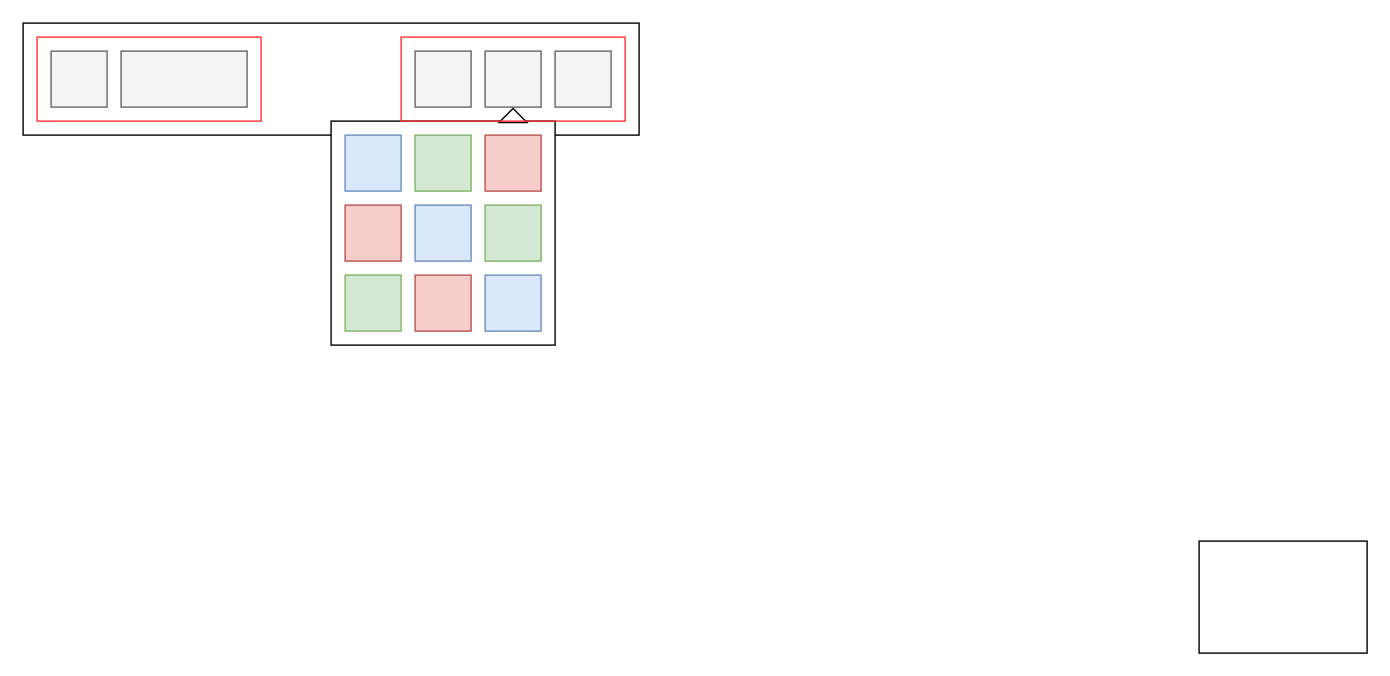
codentide/PopoverMenu keeps this draw.io diagram as popover.drawio. Above is the earlier version. Source tidied: cells renumbered, new cells numbered last; positions are measured from the earlier drawing's top-left corner, leaving out a move shared by most shapes. Both pictures are drawn from the tidied source at 140%, with x=0, y=0 at pixel (22, 22).
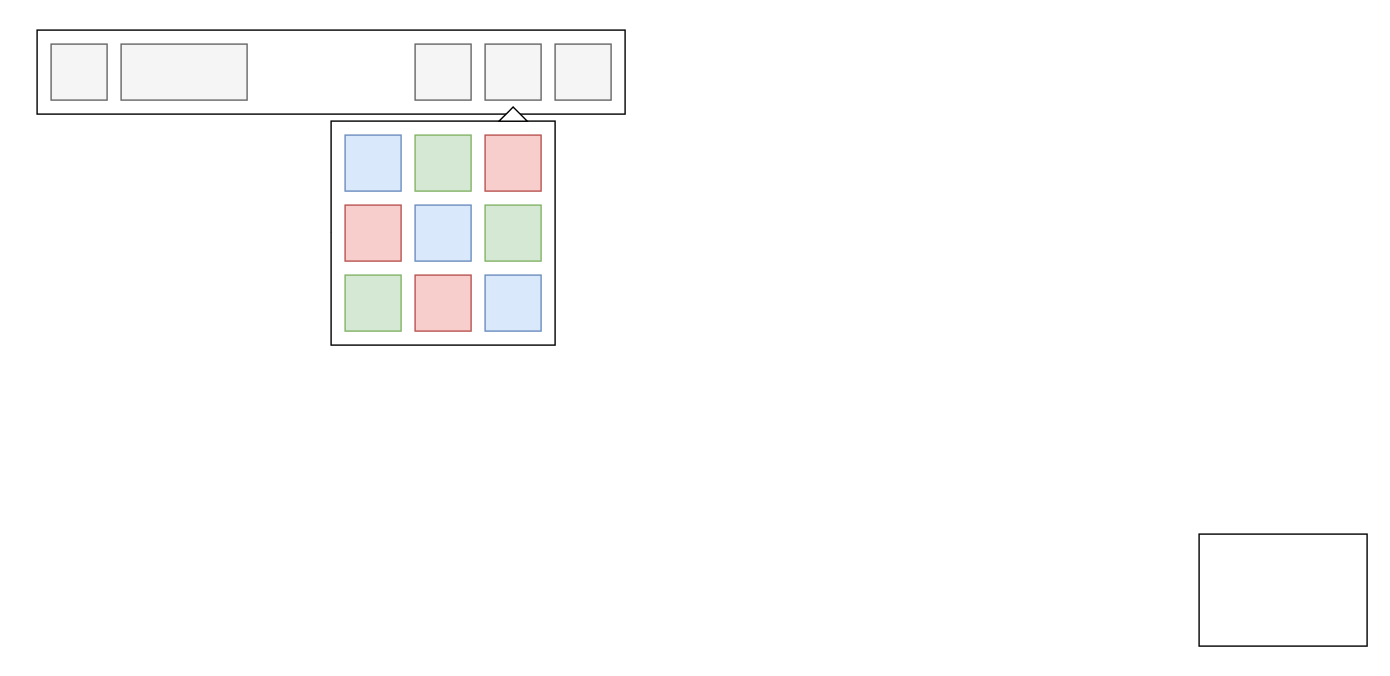
Above is the later version.

The change refers to these unchanged cells:
```xml
<mxCell id="10" style="rounded=0;whiteSpace=wrap;html=1;" parent="1" vertex="1">
  <mxGeometry x="220" y="70" width="160" height="160" as="geometry" />
</mxCell>
```

Change to the diagram source:
```diff
@@
     <mxCell id="2" style="rounded=0;whiteSpace=wrap;html=1;" parent="1" vertex="1">
-      <mxGeometry width="440" height="80" as="geometry" />
+      <mxGeometry x="10" y="5" width="420" height="60" as="geometry" />
     </mxCell>
     <mxCell id="3" style="rounded=0;whiteSpace=wrap;html=1;fillColor=#f5f5f5;fontColor=#333333;strokeColor=#666666;" parent="1" vertex="1">
-      <mxGeometry x="380" y="20" width="40" height="40" as="geometry" />
+      <mxGeometry x="380" y="15" width="40" height="40" as="geometry" />
     </mxCell>
     <mxCell id="4" style="rounded=0;whiteSpace=wrap;html=1;fillColor=#f5f5f5;fontColor=#333333;strokeColor=#666666;" parent="1" vertex="1">
-      <mxGeometry x="280" y="20" width="40" height="40" as="geometry" />
+      <mxGeometry x="280" y="15" width="40" height="40" as="geometry" />
     </mxCell>
     <mxCell id="5" style="rounded=0;whiteSpace=wrap;html=1;fillColor=#f5f5f5;fontColor=#333333;strokeColor=#666666;" parent="1" vertex="1">
-      <mxGeometry x="20" y="20" width="40" height="40" as="geometry" />
+      <mxGeometry x="20" y="15" width="40" height="40" as="geometry" />
     </mxCell>
     <mxCell id="6" style="rounded=0;whiteSpace=wrap;html=1;fillColor=#f5f5f5;fontColor=#333333;strokeColor=#666666;" parent="1" vertex="1">
-      <mxGeometry x="70" y="20" width="90" height="40" as="geometry" />
+      <mxGeometry x="70" y="15" width="90" height="40" as="geometry" />
     </mxCell>
     <mxCell id="7" style="rounded=0;whiteSpace=wrap;html=1;fillColor=#f5f5f5;fontColor=#333333;strokeColor=#666666;" parent="1" vertex="1">
-      <mxGeometry x="330" y="20" width="40" height="40" as="geometry" />
+      <mxGeometry x="330" y="15" width="40" height="40" as="geometry" />
     </mxCell>
     <mxCell id="8" style="rounded=0;whiteSpace=wrap;html=1;" parent="1" vertex="1">
-      <mxGeometry x="840" y="370" width="120" height="80" as="geometry" />
+      <mxGeometry x="840" y="365" width="120" height="80" as="geometry" />
     </mxCell>
     <mxCell id="9" style="edgeStyle=none;html=1;exitX=0;exitY=0.5;exitDx=0;exitDy=0;" parent="1" edge="1" source="10">
       <mxGeometry relative="1" as="geometry">
-        <mxPoint x="239.9" y="134.8" as="targetPoint" />
+        <mxPoint x="239.9" y="129.8" as="targetPoint" />
       </mxGeometry>
     </mxCell>
@@
     <mxCell id="11" style="triangle;whiteSpace=wrap;html=1;rotation=-90;" parent="1" vertex="1">
-      <mxGeometry x="345" y="56" width="10" height="20" as="geometry" />
+      <mxGeometry x="345" y="55" width="10" height="20" as="geometry" />
     </mxCell>
@@
-    <mxCell id="21" style="rounded=0;whiteSpace=wrap;html=1;fillColor=none;strokeColor=#FF3333;" parent="1" vertex="1">
-      <mxGeometry x="10" y="10" width="160" height="60" as="geometry" />
-    </mxCell>
-    <mxCell id="22" style="rounded=0;whiteSpace=wrap;html=1;fillColor=none;strokeColor=#FF3333;" parent="1" vertex="1">
-      <mxGeometry x="270" y="10" width="160" height="60" as="geometry" />
-    </mxCell>
```
